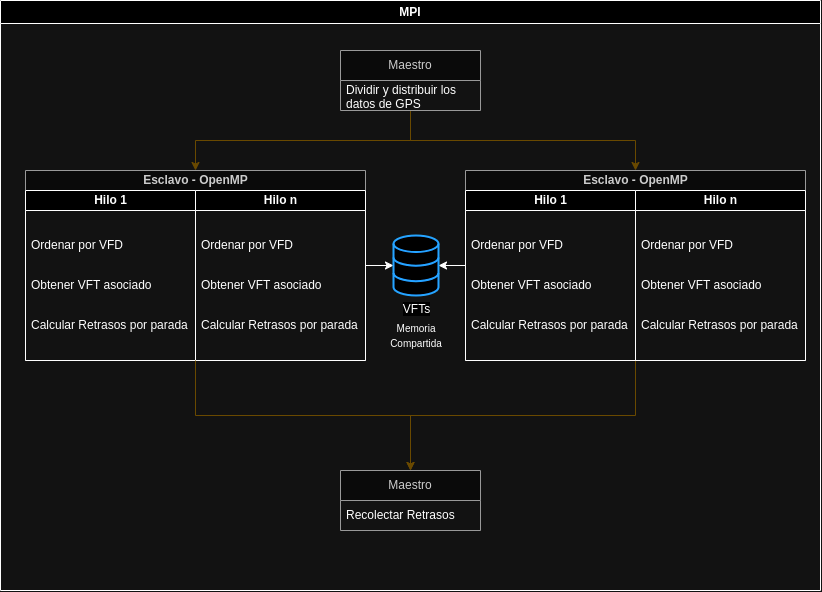
The draw.io diagram docs/diagrama.png in emigonzalez/hpc-bus-delays, before a commit. Source tidied: cells renumbered, new cells last; positions are measured from the earlier drawing's top-left corner, leaving out a move shared by most shapes.
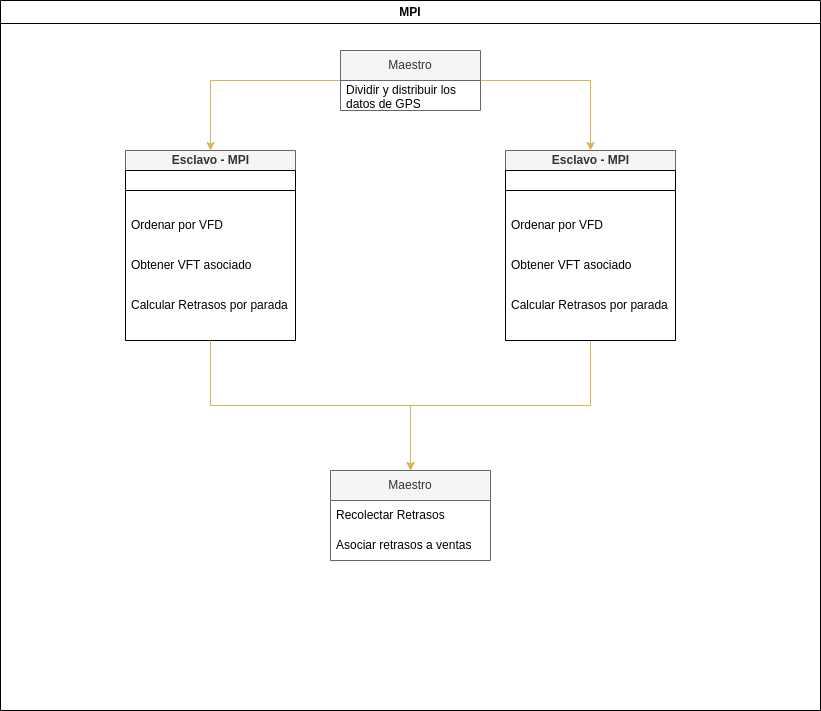
The same file after the commit.

Diff of the diagram source:
```diff
@@ -3,7 +3,7 @@
     <mxCell id="0" />
     <mxCell id="1" parent="0" />
     <mxCell id="2" value="MPI" style="swimlane;whiteSpace=wrap;html=1;" parent="1" vertex="1">
-      <mxGeometry width="820" height="590" as="geometry" />
+      <mxGeometry width="820" height="710" as="geometry" />
     </mxCell>
     <mxCell id="3" style="edgeStyle=orthogonalEdgeStyle;rounded=0;jettySize=auto;html=1;fillColor=#fff2cc;strokeColor=#d6b656;" parent="2" edge="1" source="5" target="8">
       <mxGeometry relative="1" as="geometry" />
@@ -17,13 +17,10 @@
     <mxCell id="6" value="Dividir y distribuir los datos de GPS" style="text;strokeColor=none;fillColor=none;align=left;verticalAlign=middle;spacingLeft=4;spacingRight=4;overflow=hidden;whiteSpace=wrap;html=1;" parent="5" vertex="1">
       <mxGeometry y="30" width="140" height="30" as="geometry" />
     </mxCell>
-    <mxCell id="7" style="edgeStyle=orthogonalEdgeStyle;rounded=0;jettySize=auto;html=1;" parent="2" edge="1" source="8" target="31">
-      <mxGeometry relative="1" as="geometry" />
-    </mxCell>
-    <mxCell id="8" value="Esclavo - OpenMP" style="swimlane;startSize=20;html=1;fillColor=#f5f5f5;fontColor=#333333;strokeColor=#666666;" parent="2" vertex="1">
-      <mxGeometry x="25" y="170" width="340" height="190" as="geometry" />
+    <mxCell id="8" value="Esclavo - MPI" style="swimlane;startSize=20;html=1;fillColor=#f5f5f5;fontColor=#333333;strokeColor=#666666;" parent="2" vertex="1">
+      <mxGeometry x="125" y="150" width="170" height="190" as="geometry" />
     </mxCell>
-    <mxCell id="9" value="Hilo 1" style="swimlane;startSize=20;html=1;" parent="8" vertex="1">
+    <mxCell id="9" style="swimlane;startSize=20;html=1;" parent="8" vertex="1">
       <mxGeometry y="20" width="170" height="170" as="geometry" />
     </mxCell>
     <mxCell id="10" value="Ordenar por VFD" style="text;strokeColor=none;fillColor=none;align=left;verticalAlign=middle;spacingLeft=4;spacingRight=4;overflow=hidden;whiteSpace=wrap;html=1;" parent="9" vertex="1">
@@ -35,28 +32,13 @@
     <mxCell id="12" value="Calcular Retrasos por parada" style="text;strokeColor=none;fillColor=none;align=left;verticalAlign=middle;spacingLeft=4;spacingRight=4;overflow=hidden;whiteSpace=wrap;html=1;" parent="9" vertex="1">
       <mxGeometry y="120" width="170" height="30" as="geometry" />
     </mxCell>
-    <mxCell id="13" value="Hilo n" style="swimlane;startSize=20;html=1;" parent="8" vertex="1">
-      <mxGeometry x="170" y="20" width="170" height="170" as="geometry" />
-    </mxCell>
-    <mxCell id="14" value="Ordenar por VFD" style="text;strokeColor=none;fillColor=none;align=left;verticalAlign=middle;spacingLeft=4;spacingRight=4;overflow=hidden;whiteSpace=wrap;html=1;" parent="13" vertex="1">
-      <mxGeometry y="40" width="170" height="30" as="geometry" />
-    </mxCell>
-    <mxCell id="15" value="Obtener VFT asociado" style="text;strokeColor=none;fillColor=none;align=left;verticalAlign=middle;spacingLeft=4;spacingRight=4;overflow=hidden;whiteSpace=wrap;html=1;" parent="13" vertex="1">
-      <mxGeometry y="80" width="170" height="30" as="geometry" />
-    </mxCell>
-    <mxCell id="16" value="Calcular Retrasos por parada" style="text;strokeColor=none;fillColor=none;align=left;verticalAlign=middle;spacingLeft=4;spacingRight=4;overflow=hidden;whiteSpace=wrap;html=1;" parent="13" vertex="1">
-      <mxGeometry y="120" width="170" height="30" as="geometry" />
-    </mxCell>
-    <mxCell id="17" style="edgeStyle=orthogonalEdgeStyle;rounded=0;jettySize=auto;html=1;entryX=0.5;entryY=0;entryDx=0;entryDy=0;fillColor=#fff2cc;strokeColor=#d6b656;" parent="2" edge="1" source="19" target="28">
+    <mxCell id="17" style="edgeStyle=orthogonalEdgeStyle;rounded=0;jettySize=auto;html=1;entryX=0.5;entryY=0;entryDx=0;entryDy=0;fillColor=#fff2cc;strokeColor=#d6b656;exitX=0.5;exitY=1;exitDx=0;exitDy=0;" parent="2" edge="1" source="20" target="28">
       <mxGeometry relative="1" as="geometry" />
     </mxCell>
-    <mxCell id="18" style="edgeStyle=orthogonalEdgeStyle;rounded=0;jettySize=auto;html=1;" parent="2" edge="1" source="19" target="31">
-      <mxGeometry relative="1" as="geometry" />
-    </mxCell>
-    <mxCell id="19" value="Esclavo - OpenMP" style="swimlane;startSize=20;html=1;fillColor=#f5f5f5;fontColor=#333333;strokeColor=#666666;" parent="2" vertex="1">
-      <mxGeometry x="465" y="170" width="340" height="190" as="geometry" />
+    <mxCell id="19" value="Esclavo - MPI" style="swimlane;startSize=20;html=1;fillColor=#f5f5f5;fontColor=#333333;strokeColor=#666666;" parent="2" vertex="1">
+      <mxGeometry x="505" y="150" width="170" height="190" as="geometry" />
     </mxCell>
-    <mxCell id="20" value="Hilo 1" style="swimlane;startSize=20;html=1;" parent="19" vertex="1">
+    <mxCell id="20" style="swimlane;startSize=20;html=1;" parent="19" vertex="1">
       <mxGeometry y="20" width="170" height="170" as="geometry" />
     </mxCell>
     <mxCell id="21" value="Ordenar por VFD" style="text;strokeColor=none;fillColor=none;align=left;verticalAlign=middle;spacingLeft=4;spacingRight=4;overflow=hidden;whiteSpace=wrap;html=1;" parent="20" vertex="1">
@@ -68,32 +50,17 @@
     <mxCell id="23" value="Calcular Retrasos por parada" style="text;strokeColor=none;fillColor=none;align=left;verticalAlign=middle;spacingLeft=4;spacingRight=4;overflow=hidden;whiteSpace=wrap;html=1;" parent="20" vertex="1">
       <mxGeometry y="120" width="170" height="30" as="geometry" />
     </mxCell>
-    <mxCell id="24" value="Hilo n" style="swimlane;startSize=20;html=1;" parent="19" vertex="1">
-      <mxGeometry x="170" y="20" width="170" height="170" as="geometry" />
-    </mxCell>
-    <mxCell id="25" value="Ordenar por VFD" style="text;strokeColor=none;fillColor=none;align=left;verticalAlign=middle;spacingLeft=4;spacingRight=4;overflow=hidden;whiteSpace=wrap;html=1;" parent="24" vertex="1">
-      <mxGeometry y="40" width="170" height="30" as="geometry" />
-    </mxCell>
-    <mxCell id="26" value="Obtener VFT asociado" style="text;strokeColor=none;fillColor=none;align=left;verticalAlign=middle;spacingLeft=4;spacingRight=4;overflow=hidden;whiteSpace=wrap;html=1;" parent="24" vertex="1">
-      <mxGeometry y="80" width="170" height="30" as="geometry" />
-    </mxCell>
-    <mxCell id="27" value="Calcular Retrasos por parada" style="text;strokeColor=none;fillColor=none;align=left;verticalAlign=middle;spacingLeft=4;spacingRight=4;overflow=hidden;whiteSpace=wrap;html=1;" parent="24" vertex="1">
-      <mxGeometry y="120" width="170" height="30" as="geometry" />
-    </mxCell>
     <mxCell id="28" value="Maestro" style="swimlane;fontStyle=0;horizontal=1;startSize=30;whiteSpace=wrap;html=1;fillColor=#f5f5f5;fontColor=#333333;strokeColor=#666666;" parent="2" vertex="1">
-      <mxGeometry x="340" y="470" width="140" height="60" as="geometry" />
+      <mxGeometry x="330" y="470" width="160" height="90" as="geometry" />
     </mxCell>
     <mxCell id="29" value="Recolectar Retrasos" style="text;strokeColor=none;fillColor=none;align=left;verticalAlign=middle;spacingLeft=4;spacingRight=4;overflow=hidden;whiteSpace=wrap;html=1;" parent="28" vertex="1">
-      <mxGeometry y="30" width="140" height="30" as="geometry" />
+      <mxGeometry y="30" width="160" height="30" as="geometry" />
     </mxCell>
+    <mxCell id="33" value="Asociar retrasos a ventas" style="text;strokeColor=none;fillColor=none;align=left;verticalAlign=middle;spacingLeft=4;spacingRight=4;overflow=hidden;whiteSpace=wrap;html=1;" parent="28" vertex="1">
+      <mxGeometry y="60" width="160" height="30" as="geometry" />
+    </mxCell>
-    <mxCell id="30" style="edgeStyle=orthogonalEdgeStyle;rounded=0;jettySize=auto;html=1;entryX=0.5;entryY=0;entryDx=0;entryDy=0;fillColor=#fff2cc;strokeColor=#d6b656;" parent="2" edge="1" source="8" target="28">
+    <mxCell id="30" style="edgeStyle=orthogonalEdgeStyle;rounded=0;jettySize=auto;html=1;entryX=0.5;entryY=0;entryDx=0;entryDy=0;fillColor=#fff2cc;strokeColor=#d6b656;exitX=0.5;exitY=1;exitDx=0;exitDy=0;" parent="2" edge="1" source="9" target="28">
       <mxGeometry relative="1" as="geometry" />
     </mxCell>
-    <mxCell id="31" value="VFTs" style="html=1;verticalLabelPosition=bottom;align=center;labelBackgroundColor=#ffffff;verticalAlign=top;strokeWidth=2;strokeColor=#0080F0;shadow=0;dashed=0;shape=mxgraph.ios7.icons.data;" parent="2" vertex="1">
-      <mxGeometry x="393" y="235" width="45" height="60" as="geometry" />
-    </mxCell>
-    <mxCell id="32" value="&lt;font style=&quot;font-size: 10px;&quot;&gt;Memoria Compartida&lt;/font&gt;" style="text;html=1;align=center;verticalAlign=middle;whiteSpace=wrap;rounded=0;" parent="2" vertex="1">
-      <mxGeometry x="385.5" y="320" width="60" height="30" as="geometry" />
-    </mxCell>
   </root>
 </mxGraphModel>
```
